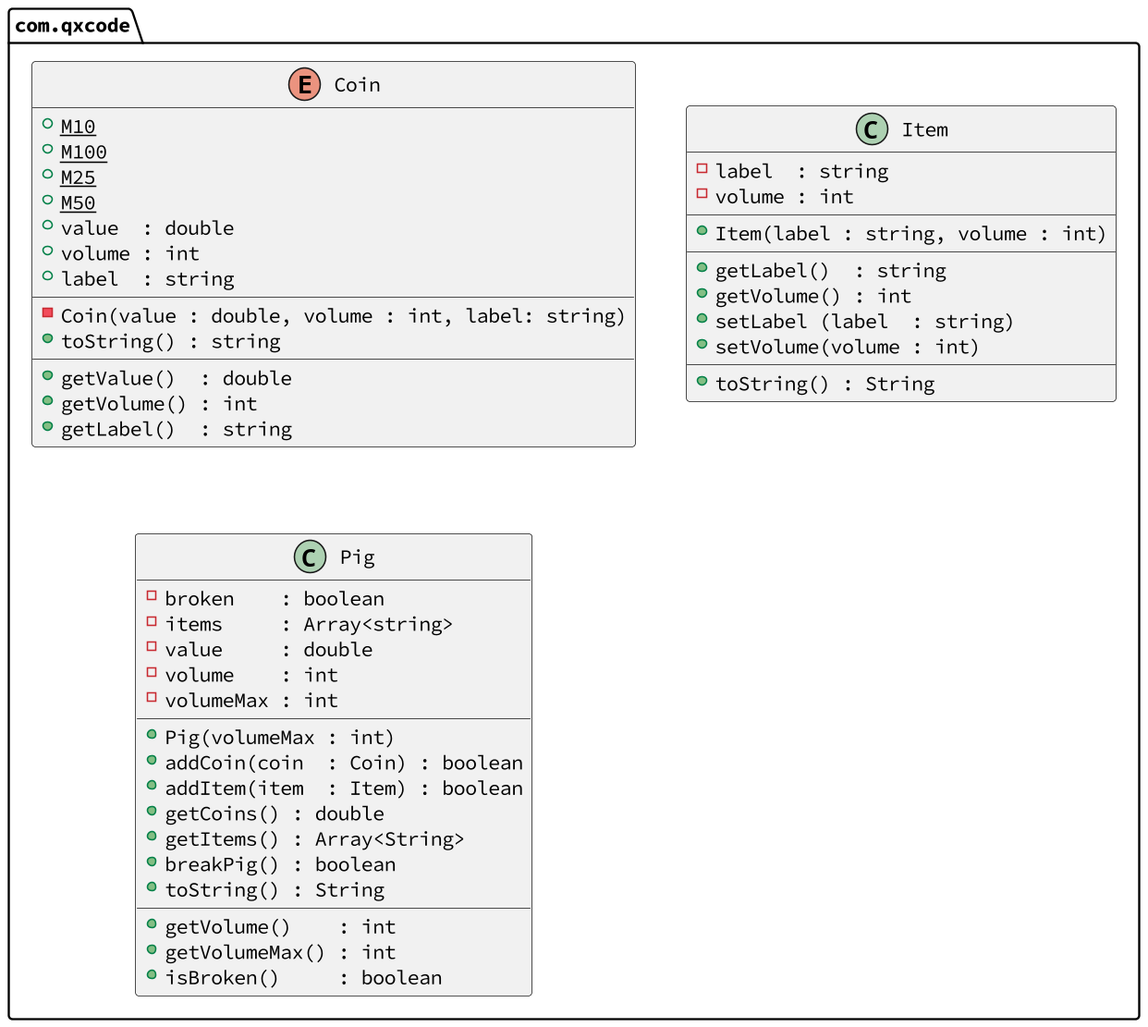
qxcodepoo/arcade keeps this PlantUML diagram as base/017/diagrama.png. Above is the earlier version.
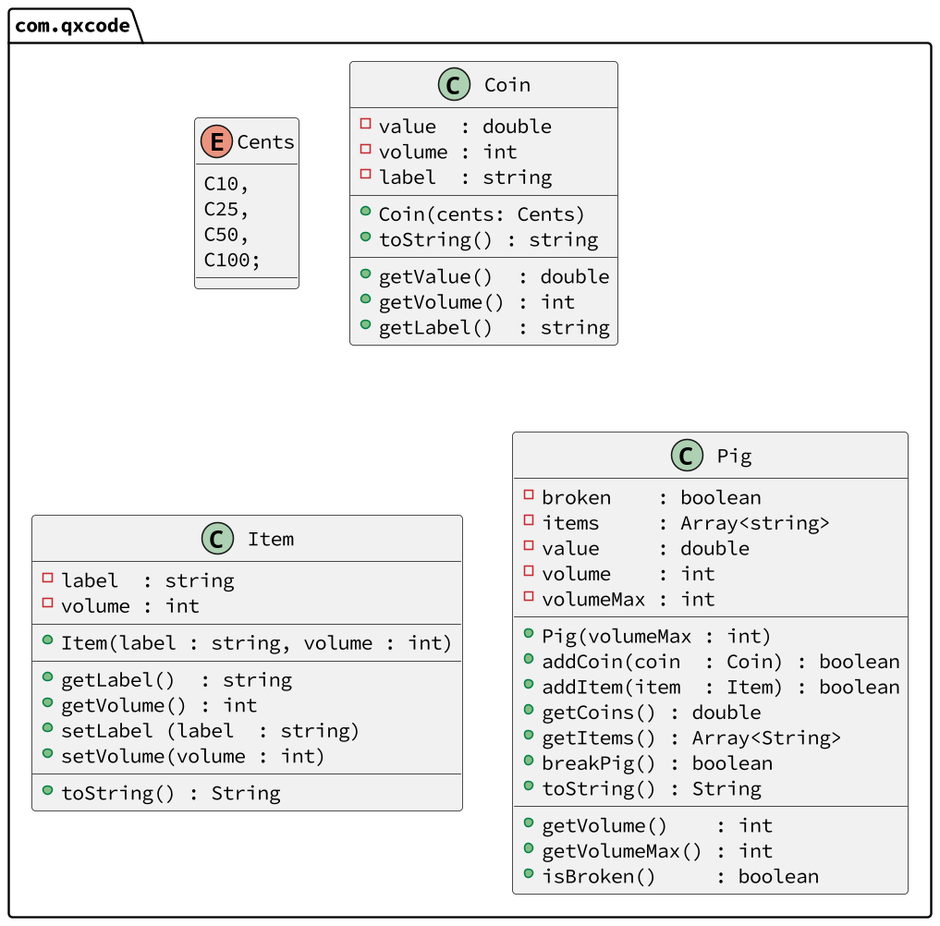
Above is the later version.

What changed in the source:
```diff
@@ -4,16 +4,19 @@
 skinparam dpi 150
 
 package com.qxcode {
-  enum Coin {
-    + M10  {static}
-    + M100 {static}
-    + M25  {static}
-    + M50  {static}
-    + value  : double
-    + volume : int
-    + label  : string
+  enum Cents{
+    C10,
+    C25,
+    C50,
+    C100;
+  }
+
+  class Coin {
+    - value  : double
+    - volume : int
+    - label  : string
     __
-    - Coin(value : double, volume : int, label: string)
+    + Coin(cents: Cents)
     + toString() : string
     __
     + getValue()  : double
```
